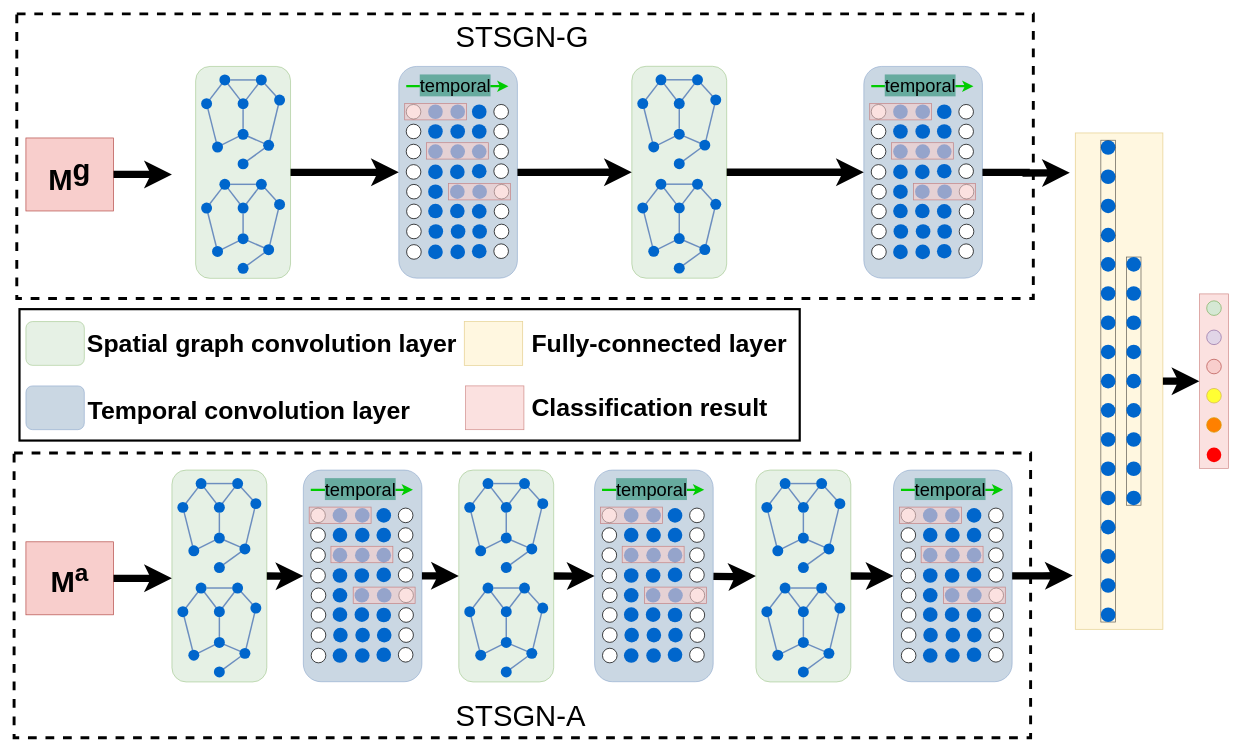
The draw.io diagram page "Page-3" (3 of 3) of FG4.drawio in 1009351456/Anonymous, before the edit. Source tidied: cells renumbered, new cells numbered last; positions are measured from the earlier drawing's top-left corner, leaving out a move shared by most shapes. Both pictures are drawn from the tidied source at 73%, with x=0, y=0 at pixel (14, 14).
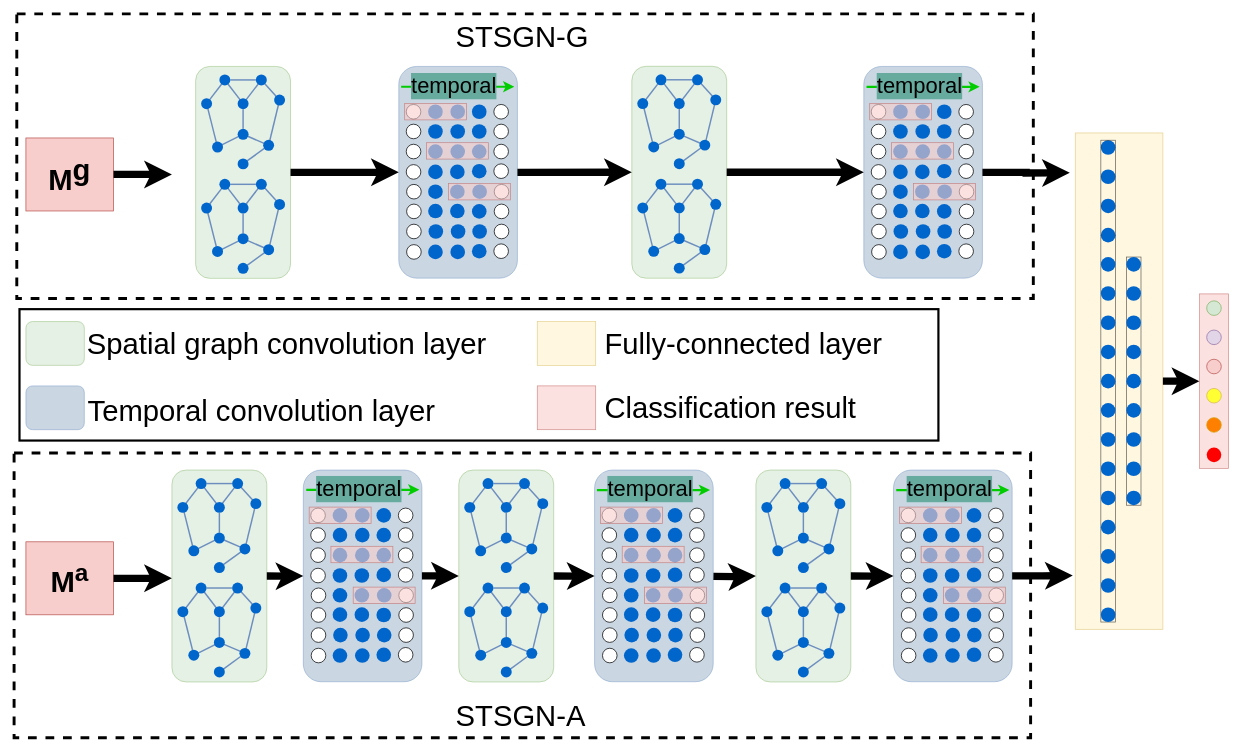
Above is the later version.

Diff of the diagram source:
```diff
@@
-    <mxCell id="88" style="endArrow=classic;html=1;strokeWidth=3;fillColor=#d5e8d4;strokeColor=#00CC00;fontSize=24;" parent="1" edge="1">
-      <mxGeometry relative="1" as="geometry">
-        <mxPoint x="537" y="98.6" as="sourcePoint" />
-        <mxPoint x="677" y="98.6" as="targetPoint" />
-      </mxGeometry>
-    </mxCell>
-    <mxCell id="89" value="temporal" style="text;html=1;align=center;verticalAlign=middle;horizontal=0;rotation=90;fontSize=25;rounded=1;strokeColor=#6c8ebf;fillColor=#A7BCD1;opacity=60;labelBackgroundColor=#67AB9F;labelBorderColor=none;" parent="88" vertex="1">
-      <mxGeometry x="-0.38" y="1" relative="1" as="geometry">
-        <mxPoint x="23.9" y="-1" as="offset" />
-      </mxGeometry>
-    </mxCell>
@@
-    <mxCell id="176" style="endArrow=classic;html=1;strokeWidth=3;fillColor=#d5e8d4;strokeColor=#00CC00;fontSize=24;" parent="1" edge="1">
-      <mxGeometry relative="1" as="geometry">
-        <mxPoint x="1174" y="98.6" as="sourcePoint" />
-        <mxPoint x="1314" y="98.6" as="targetPoint" />
-      </mxGeometry>
-    </mxCell>
-    <mxCell id="177" value="temporal" style="text;html=1;align=center;verticalAlign=middle;horizontal=0;rotation=90;fontSize=25;rounded=1;strokeColor=#6c8ebf;fillColor=#A7BCD1;opacity=60;labelBackgroundColor=#67AB9F;labelBorderColor=none;" parent="176" vertex="1">
-      <mxGeometry x="-0.38" y="1" relative="1" as="geometry">
-        <mxPoint x="23.9" y="-1" as="offset" />
-      </mxGeometry>
-    </mxCell>
@@
     <mxCell id="267" style="endArrow=classic;html=1;strokeWidth=3;fillColor=#d5e8d4;strokeColor=#00CC00;fontSize=24;" parent="1" edge="1">
       <mxGeometry relative="1" as="geometry">
-        <mxPoint x="406.2" y="651.5" as="sourcePoint" />
-        <mxPoint x="546.2" y="651.5" as="targetPoint" />
+        <mxPoint x="400" y="651.5" as="sourcePoint" />
+        <mxPoint x="555" y="651.5" as="targetPoint" />
       </mxGeometry>
     </mxCell>
-    <mxCell id="268" value="temporal" style="text;html=1;align=center;verticalAlign=middle;horizontal=0;rotation=90;fontSize=25;rounded=1;strokeColor=#6c8ebf;fillColor=#A7BCD1;opacity=60;labelBackgroundColor=#67AB9F;labelBorderColor=none;" parent="267" vertex="1">
+    <mxCell id="268" value="temporal" style="text;html=1;align=center;verticalAlign=middle;horizontal=0;rotation=90;fontSize=30;rounded=1;strokeColor=#6c8ebf;fillColor=#A7BCD1;opacity=60;labelBackgroundColor=#67AB9F;labelBorderColor=none;" parent="267" vertex="1">
       <mxGeometry x="-0.38" y="1" relative="1" as="geometry">
         <mxPoint x="23.9" y="-1" as="offset" />
       </mxGeometry>
     </mxCell>
@@
-    <mxCell id="355" style="endArrow=classic;html=1;strokeWidth=3;fillColor=#d5e8d4;strokeColor=#00CC00;fontSize=24;" parent="1" edge="1">
-      <mxGeometry relative="1" as="geometry">
-        <mxPoint x="805.2" y="651.5" as="sourcePoint" />
-        <mxPoint x="945.2" y="651.5" as="targetPoint" />
-      </mxGeometry>
-    </mxCell>
-    <mxCell id="356" value="temporal" style="text;html=1;align=center;verticalAlign=middle;horizontal=0;rotation=90;fontSize=25;rounded=1;strokeColor=#6c8ebf;fillColor=#A7BCD1;opacity=60;labelBackgroundColor=#67AB9F;labelBorderColor=none;" parent="355" vertex="1">
-      <mxGeometry x="-0.38" y="1" relative="1" as="geometry">
-        <mxPoint x="23.9" y="-1" as="offset" />
-      </mxGeometry>
-    </mxCell>
@@
-    <mxCell id="445" style="endArrow=classic;html=1;strokeWidth=3;fillColor=#d5e8d4;strokeColor=#00CC00;fontSize=24;" parent="1" edge="1">
-      <mxGeometry relative="1" as="geometry">
-        <mxPoint x="1214.7" y="651.5" as="sourcePoint" />
-        <mxPoint x="1354.7" y="651.5" as="targetPoint" />
-      </mxGeometry>
-    </mxCell>
-    <mxCell id="446" value="temporal" style="text;html=1;align=center;verticalAlign=middle;horizontal=0;rotation=90;fontSize=25;rounded=1;strokeColor=#6c8ebf;fillColor=#A7BCD1;opacity=60;labelBackgroundColor=#67AB9F;labelBorderColor=none;" parent="445" vertex="1">
-      <mxGeometry x="-0.38" y="1" relative="1" as="geometry">
-        <mxPoint x="23.9" y="-1" as="offset" />
-      </mxGeometry>
-    </mxCell>
@@
     <mxCell id="492" style="rounded=0;whiteSpace=wrap;html=1;fontSize=25;strokeWidth=3;" parent="1" vertex="1">
-      <mxGeometry x="7.2" y="404" width="1068.8" height="180" as="geometry" />
+      <mxGeometry x="7.2" y="404" width="1258.8" height="180" as="geometry" />
     </mxCell>
@@
-    <mxCell id="494" value="Spatial graph convolution layer" style="text;html=1;strokeColor=none;fillColor=none;align=left;verticalAlign=middle;whiteSpace=wrap;rounded=0;dashed=1;fontSize=34;fontStyle=1;" parent="1" vertex="1">
-      <mxGeometry x="98.2" y="421" width="520" height="60" as="geometry" />
+    <mxCell id="494" value="Spatial graph convolution layer" style="text;html=1;strokeColor=none;fillColor=none;align=left;verticalAlign=middle;whiteSpace=wrap;rounded=0;dashed=1;fontSize=40;fontStyle=0;" parent="1" vertex="1">
+      <mxGeometry x="98.2" y="421" width="577.8" height="60" as="geometry" />
     </mxCell>
@@
-    <mxCell id="496" value="Temporal convolution layer" style="text;html=1;strokeColor=none;fillColor=none;align=left;verticalAlign=middle;whiteSpace=wrap;rounded=0;dashed=1;fontSize=34;fontStyle=1;" parent="1" vertex="1">
+    <mxCell id="496" value="Temporal convolution layer" style="text;html=1;strokeColor=none;fillColor=none;align=left;verticalAlign=middle;whiteSpace=wrap;rounded=0;dashed=1;fontSize=40;fontStyle=0;" parent="1" vertex="1">
       <mxGeometry x="98.5" y="512.6" width="480" height="60" as="geometry" />
     </mxCell>
     <mxCell id="497" style="rounded=0;whiteSpace=wrap;html=1;labelBackgroundColor=#FFFFFF;fillColor=#fff2cc;fontSize=77;opacity=60;strokeColor=#d6b656;" parent="1" vertex="1">
-      <mxGeometry x="616.5" y="421" width="80" height="60" as="geometry" />
+      <mxGeometry x="716.5" y="421" width="80" height="60" as="geometry" />
     </mxCell>
-    <mxCell id="498" value="Fully-connected layer" style="text;html=1;strokeColor=none;fillColor=none;align=left;verticalAlign=middle;whiteSpace=wrap;rounded=0;dashed=1;fontSize=34;fontStyle=1;" parent="1" vertex="1">
-      <mxGeometry x="706.5" y="421" width="369.5" height="60" as="geometry" />
+    <mxCell id="498" value="Fully-connected layer" style="text;html=1;strokeColor=none;fillColor=none;align=left;verticalAlign=middle;whiteSpace=wrap;rounded=0;dashed=1;fontSize=40;fontStyle=0;" parent="1" vertex="1">
+      <mxGeometry x="806.5" y="421" width="429.5" height="60" as="geometry" />
     </mxCell>
     <mxCell id="499" style="rounded=0;whiteSpace=wrap;html=1;labelBackgroundColor=#FFFFFF;fillColor=#f8cecc;fontSize=77;opacity=60;strokeColor=#b85450;" parent="1" vertex="1">
-      <mxGeometry x="618.2" y="509.1" width="80" height="60" as="geometry" />
+      <mxGeometry x="716.5" y="509.1" width="80" height="60" as="geometry" />
     </mxCell>
-    <mxCell id="500" value="Classification result" style="text;html=1;strokeColor=none;fillColor=none;align=left;verticalAlign=middle;whiteSpace=wrap;rounded=0;dashed=1;fontSize=34;fontStyle=1;" parent="1" vertex="1">
-      <mxGeometry x="706.5" y="509.1" width="349.5" height="60" as="geometry" />
+    <mxCell id="500" value="Classification result" style="text;html=1;strokeColor=none;fillColor=none;align=left;verticalAlign=middle;whiteSpace=wrap;rounded=0;dashed=1;fontSize=40;fontStyle=0;" parent="1" vertex="1">
+      <mxGeometry x="806.5" y="509.1" width="349.5" height="60" as="geometry" />
     </mxCell>
+    <mxCell id="501" style="endArrow=classic;html=1;strokeWidth=3;fillColor=#d5e8d4;strokeColor=#00CC00;fontSize=24;" parent="1" edge="1">
+      <mxGeometry relative="1" as="geometry">
+        <mxPoint x="798.2" y="651.9" as="sourcePoint" />
+        <mxPoint x="953.2" y="651.9" as="targetPoint" />
+      </mxGeometry>
+    </mxCell>
+    <mxCell id="502" value="temporal" style="text;html=1;align=center;verticalAlign=middle;horizontal=0;rotation=90;fontSize=30;rounded=1;strokeColor=#6c8ebf;fillColor=#A7BCD1;opacity=60;labelBackgroundColor=#67AB9F;labelBorderColor=none;" parent="501" vertex="1">
+      <mxGeometry x="-0.38" y="1" relative="1" as="geometry">
+        <mxPoint x="23.9" y="-1" as="offset" />
+      </mxGeometry>
+    </mxCell>
+    <mxCell id="503" style="endArrow=classic;html=1;strokeWidth=3;fillColor=#d5e8d4;strokeColor=#00CC00;fontSize=24;" parent="1" edge="1">
+      <mxGeometry relative="1" as="geometry">
+        <mxPoint x="1208.2" y="651.9" as="sourcePoint" />
+        <mxPoint x="1363.2" y="651.9" as="targetPoint" />
+      </mxGeometry>
+    </mxCell>
+    <mxCell id="504" value="temporal" style="text;html=1;align=center;verticalAlign=middle;horizontal=0;rotation=90;fontSize=30;rounded=1;strokeColor=#6c8ebf;fillColor=#A7BCD1;opacity=60;labelBackgroundColor=#67AB9F;labelBorderColor=none;" parent="503" vertex="1">
+      <mxGeometry x="-0.38" y="1" relative="1" as="geometry">
+        <mxPoint x="23.9" y="-1" as="offset" />
+      </mxGeometry>
+    </mxCell>
+    <mxCell id="505" style="endArrow=classic;html=1;strokeWidth=3;fillColor=#d5e8d4;strokeColor=#00CC00;fontSize=24;" parent="1" edge="1">
+      <mxGeometry relative="1" as="geometry">
+        <mxPoint x="530" y="99.3" as="sourcePoint" />
+        <mxPoint x="685" y="99.3" as="targetPoint" />
+      </mxGeometry>
+    </mxCell>
+    <mxCell id="506" value="temporal" style="text;html=1;align=center;verticalAlign=middle;horizontal=0;rotation=90;fontSize=30;rounded=1;strokeColor=#6c8ebf;fillColor=#A7BCD1;opacity=60;labelBackgroundColor=#67AB9F;labelBorderColor=none;" parent="505" vertex="1">
+      <mxGeometry x="-0.38" y="1" relative="1" as="geometry">
+        <mxPoint x="23.9" y="-1" as="offset" />
+      </mxGeometry>
+    </mxCell>
+    <mxCell id="507" style="endArrow=classic;html=1;strokeWidth=3;fillColor=#d5e8d4;strokeColor=#00CC00;fontSize=24;" parent="1" edge="1">
+      <mxGeometry relative="1" as="geometry">
+        <mxPoint x="1167.5" y="99.5" as="sourcePoint" />
+        <mxPoint x="1322.5" y="99.5" as="targetPoint" />
+      </mxGeometry>
+    </mxCell>
+    <mxCell id="508" value="temporal" style="text;html=1;align=center;verticalAlign=middle;horizontal=0;rotation=90;fontSize=30;rounded=1;strokeColor=#6c8ebf;fillColor=#A7BCD1;opacity=60;labelBackgroundColor=#67AB9F;labelBorderColor=none;" parent="507" vertex="1">
+      <mxGeometry x="-0.38" y="1" relative="1" as="geometry">
+        <mxPoint x="23.9" y="-1" as="offset" />
+      </mxGeometry>
+    </mxCell>
```
